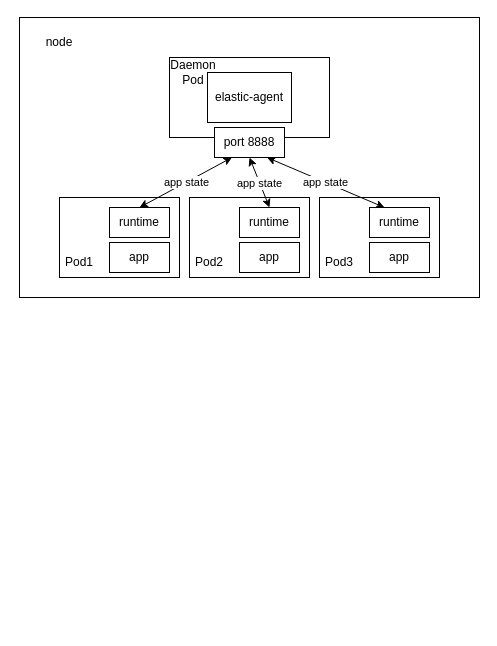
Earlier version of the draw.io diagram page "运行位置" (5 of 11) of Untitled Diagram.drawio (gaojunhao/diagrams). Source tidied: cells renumbered, new cells numbered last; positions are measured from the earlier drawing's top-left corner, leaving out a move shared by most shapes. Both pictures are drawn from the tidied source at 100%, with x=0, y=0 at pixel (19, 17).
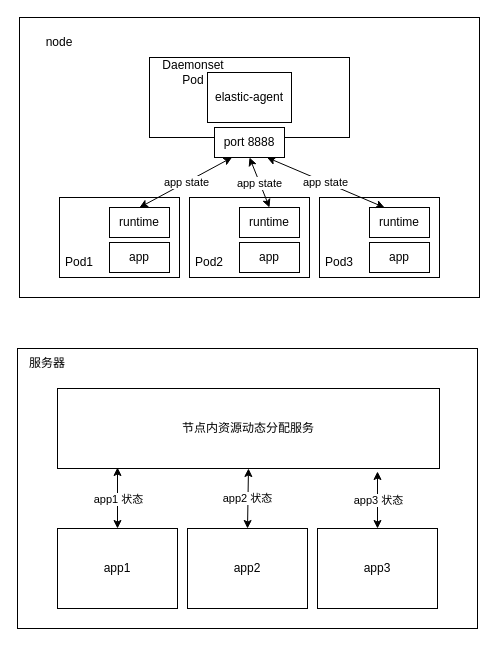
Above is the later version.

Diff of the diagram source:
```diff
@@
     <mxCell id="16" style="rounded=0;whiteSpace=wrap;html=1;" parent="1" vertex="1">
-      <mxGeometry x="150" y="40" width="160" height="80" as="geometry" />
+      <mxGeometry x="130" y="40" width="200" height="80" as="geometry" />
     </mxCell>
@@
-    <mxCell id="24" value="Daemon Pod" style="text;html=1;strokeColor=none;fillColor=none;align=center;verticalAlign=middle;whiteSpace=wrap;rounded=0;" parent="1" vertex="1">
+    <mxCell id="24" value="Daemonset Pod" style="text;html=1;strokeColor=none;fillColor=none;align=center;verticalAlign=middle;whiteSpace=wrap;rounded=0;" parent="1" vertex="1">
       <mxGeometry x="144" y="40" width="60" height="30" as="geometry" />
     </mxCell>
@@
+    <mxCell id="26" style="rounded=0;whiteSpace=wrap;html=1;" parent="1" vertex="1">
+      <mxGeometry x="-2" y="331" width="460" height="280" as="geometry" />
+    </mxCell>
+    <mxCell id="27" value="app1" style="rounded=0;whiteSpace=wrap;html=1;" parent="1" vertex="1">
+      <mxGeometry x="38" y="511" width="120" height="80" as="geometry" />
+    </mxCell>
+    <mxCell id="28" value="服务器" style="text;html=1;strokeColor=none;fillColor=none;align=center;verticalAlign=middle;whiteSpace=wrap;rounded=0;" parent="1" vertex="1">
+      <mxGeometry x="-2" y="331" width="60" height="30" as="geometry" />
+    </mxCell>
+    <mxCell id="29" value="app2" style="rounded=0;whiteSpace=wrap;html=1;" parent="1" vertex="1">
+      <mxGeometry x="168" y="511" width="120" height="80" as="geometry" />
+    </mxCell>
+    <mxCell id="30" value="app3" style="rounded=0;whiteSpace=wrap;html=1;" parent="1" vertex="1">
+      <mxGeometry x="298" y="511" width="120" height="80" as="geometry" />
+    </mxCell>
+    <mxCell id="31" value="节点内资源动态分配服务" style="rounded=0;whiteSpace=wrap;html=1;" parent="1" vertex="1">
+      <mxGeometry x="38" y="371" width="382" height="80" as="geometry" />
+    </mxCell>
+    <mxCell id="32" style="endArrow=classic;startArrow=classic;html=1;rounded=0;exitX=0.5;exitY=0;exitDx=0;exitDy=0;" parent="1" edge="1" source="27">
+      <mxGeometry relative="1" as="geometry">
+        <mxPoint x="98" y="450" as="targetPoint" />
+      </mxGeometry>
+    </mxCell>
+    <mxCell id="33" value="app1 状态" style="edgeLabel;html=1;align=center;verticalAlign=middle;" parent="32" vertex="1">
+      <mxGeometry x="-0.02" y="1" relative="1" as="geometry">
+        <mxPoint x="1" as="offset" />
+      </mxGeometry>
+    </mxCell>
+    <mxCell id="34" style="endArrow=classic;startArrow=classic;html=1;rounded=0;entryX=0.5;entryY=1;entryDx=0;entryDy=0;exitX=0.5;exitY=0;exitDx=0;exitDy=0;" parent="1" edge="1" source="29" target="31">
+      <mxGeometry relative="1" as="geometry" />
+    </mxCell>
+    <mxCell id="35" value="app2 状态" style="edgeLabel;html=1;align=center;verticalAlign=middle;" parent="34" vertex="1">
+      <mxGeometry x="0.01" y="1" relative="1" as="geometry" />
+    </mxCell>
+    <mxCell id="36" style="endArrow=classic;startArrow=classic;html=1;rounded=0;exitX=0.5;exitY=0;exitDx=0;exitDy=0;" parent="1" edge="1" source="30">
+      <mxGeometry relative="1" as="geometry">
+        <mxPoint x="358" y="454" as="targetPoint" />
+      </mxGeometry>
+    </mxCell>
+    <mxCell id="37" value="app3 状态" style="edgeLabel;html=1;align=center;verticalAlign=middle;" parent="36" vertex="1">
+      <mxGeometry x="0.01" y="-1" relative="1" as="geometry">
+        <mxPoint x="-1" as="offset" />
+      </mxGeometry>
+    </mxCell>
```
